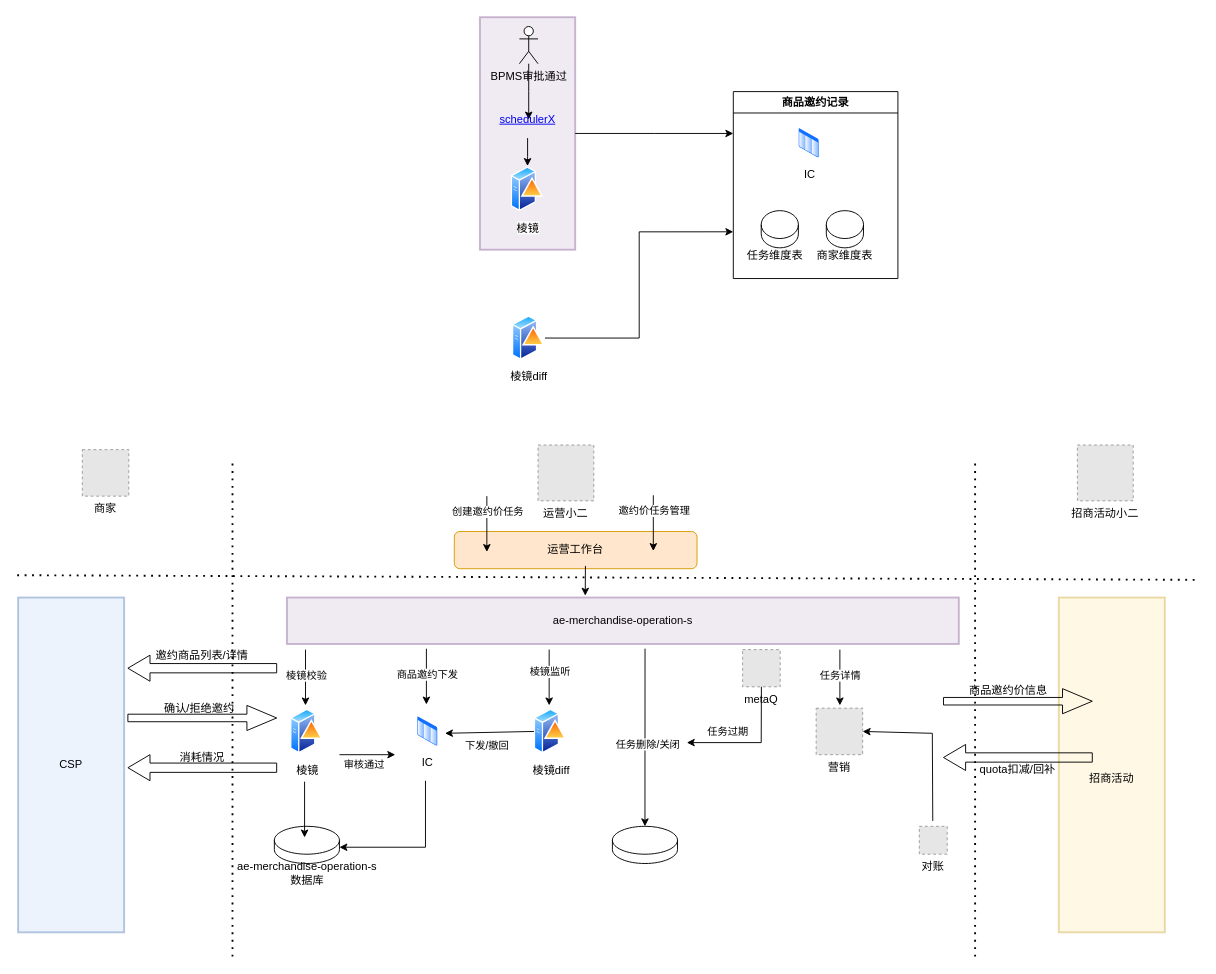
Before: my.drawio in lazy-snail/ImageHosting, a draw.io diagram. Source tidied: cells renumbered, new cells numbered last; positions are measured from the earlier drawing's top-left corner, leaving out a move shared by most shapes. Both pictures are drawn from the tidied source at 93%, with x=0, y=0 at pixel (17, 17). Pictures stored in the file or linked from it are replaced by grey dashed boxes.
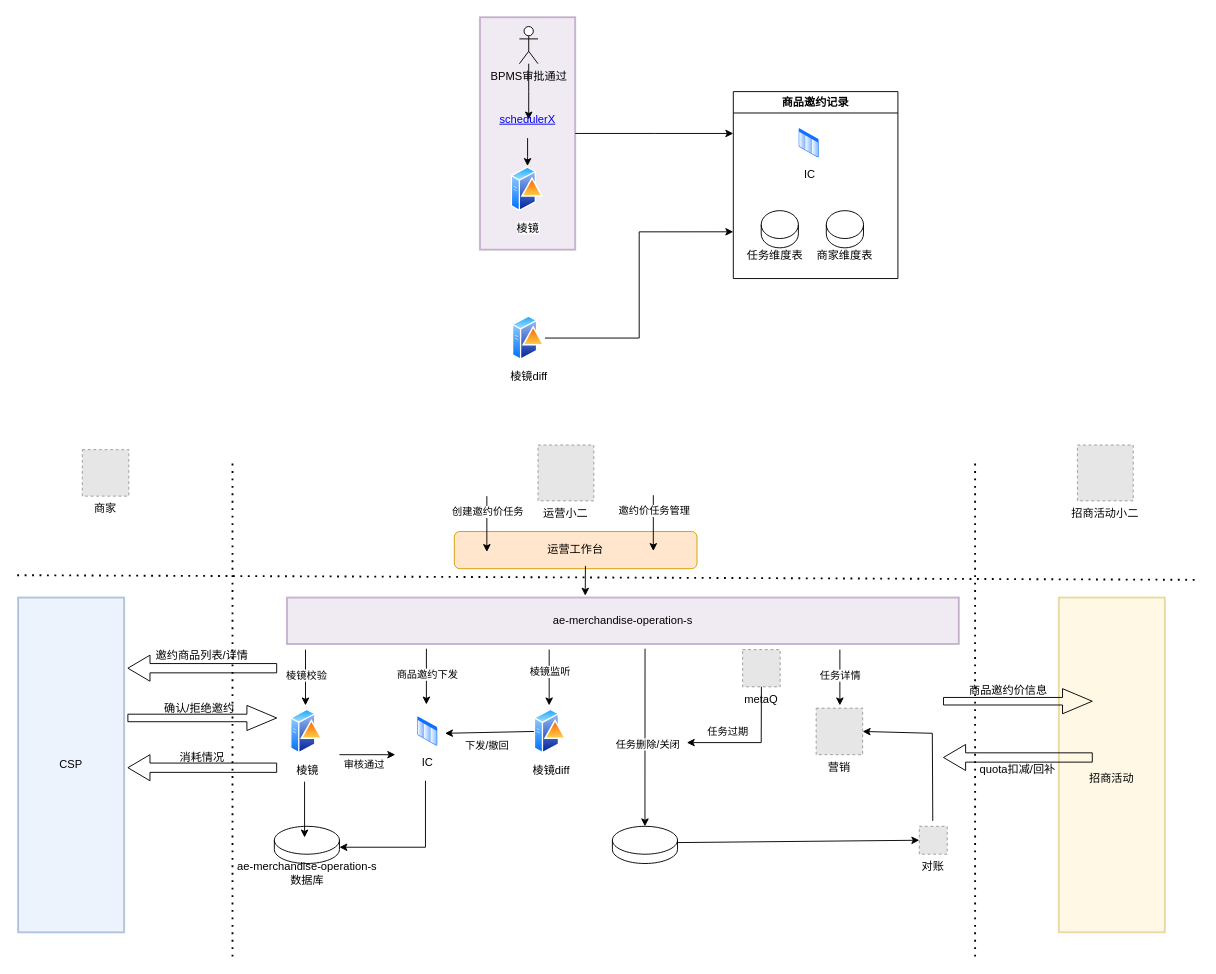
The same diagram, later.

Unchanged cells that the change refers to:
```xml
<mxCell id="44" style="shape=cylinder3;whiteSpace=wrap;html=1;boundedLbl=1;backgroundOutline=1;size=15;fillColor=none;" parent="1" vertex="1">
  <mxGeometry x="640" y="870" width="70" height="40" as="geometry" />
</mxCell>
<mxCell id="50" value="对账" style="fillColor=#E6E6E6;strokeColor=#999999;dashed=1;verticalLabelPosition=bottom;labelBackgroundColor=default;verticalAlign=top;" parent="1" vertex="1">
  <mxGeometry x="970" y="870" width="30" height="30" as="geometry" />
</mxCell>
```

Diff of the diagram source:
```diff
@@
+    <mxCell id="70" style="endArrow=classic;html=1;rounded=0;entryX=0;entryY=0.5;entryDx=0;entryDy=0;exitX=1;exitY=0;exitDx=0;exitDy=17.5;exitPerimeter=0;" parent="1" edge="1" source="44" target="50">
+      <mxGeometry relative="1" as="geometry" />
+    </mxCell>
```
